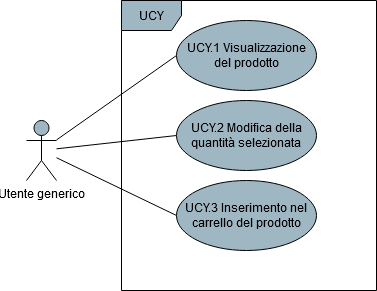
Above: DocumentazioneEsterna/AnalisiDeiRequisiti/res/UseCase/Immagini/InterazionePaginaProdotto.png in Omicron-Team/Documentazione (draw.io), before the change. Source tidied: cells renumbered, new cells last; positions are measured from the earlier drawing's top-left corner, leaving out a move shared by most shapes. The source it was exported from:
```xml
<mxGraphModel>
  <root>
    <mxCell id="0" />
    <mxCell id="1" parent="0" />
    <mxCell id="2" style="rounded=0;jettySize=auto;html=1;entryX=0;entryY=0.5;entryDx=0;entryDy=0;endArrow=none;endFill=0;" parent="1" edge="1" source="5" target="7">
      <mxGeometry relative="1" as="geometry" />
    </mxCell>
    <mxCell id="3" style="edgeStyle=none;rounded=0;jettySize=auto;html=1;entryX=0;entryY=0.5;entryDx=0;entryDy=0;endArrow=none;endFill=0;" parent="1" edge="1" source="5" target="8">
      <mxGeometry relative="1" as="geometry" />
    </mxCell>
    <mxCell id="4" style="edgeStyle=none;rounded=0;jettySize=auto;html=1;entryX=0;entryY=0.5;entryDx=0;entryDy=0;endArrow=none;endFill=0;" parent="1" edge="1" source="5" target="9">
      <mxGeometry relative="1" as="geometry" />
    </mxCell>
    <mxCell id="5" value="Utente generico" style="shape=umlActor;verticalLabelPosition=bottom;verticalAlign=top;html=1;fillColor=#9FB6C3;" parent="1" vertex="1">
      <mxGeometry y="120" width="30" height="60" as="geometry" />
    </mxCell>
    <mxCell id="6" value="UCY" style="shape=umlFrame;whiteSpace=wrap;html=1;fillColor=#9FB6C3;" parent="1" vertex="1">
      <mxGeometry x="95" width="255" height="290" as="geometry" />
    </mxCell>
    <mxCell id="7" value="UCY.1 Visualizzazione del prodotto" style="ellipse;whiteSpace=wrap;html=1;fillColor=#9FB6C3;" parent="1" vertex="1">
      <mxGeometry x="150" y="20" width="140" height="70" as="geometry" />
    </mxCell>
    <mxCell id="8" value="UCY.2 Modifica della quantità selezionata" style="ellipse;whiteSpace=wrap;html=1;fillColor=#9FB6C3;" parent="1" vertex="1">
      <mxGeometry x="150" y="100" width="140" height="70" as="geometry" />
    </mxCell>
    <mxCell id="9" value="UCY.3 Inserimento nel carrello del prodotto" style="ellipse;whiteSpace=wrap;html=1;fillColor=#9FB6C3;" parent="1" vertex="1">
      <mxGeometry x="150" y="180" width="140" height="70" as="geometry" />
    </mxCell>
  </root>
</mxGraphModel>
```
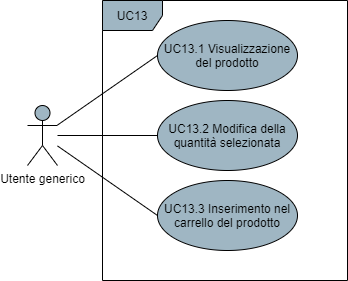
The same diagram one commit later.

What changed in the source:
```diff
@@ -12,18 +12,18 @@
       <mxGeometry relative="1" as="geometry" />
     </mxCell>
     <mxCell id="5" value="Utente generico" style="shape=umlActor;verticalLabelPosition=bottom;verticalAlign=top;html=1;fillColor=#9FB6C3;" parent="1" vertex="1">
-      <mxGeometry y="120" width="30" height="60" as="geometry" />
+      <mxGeometry x="20" y="105" width="30" height="60" as="geometry" />
     </mxCell>
-    <mxCell id="6" value="UCY" style="shape=umlFrame;whiteSpace=wrap;html=1;fillColor=#9FB6C3;" parent="1" vertex="1">
-      <mxGeometry x="95" width="255" height="290" as="geometry" />
+    <mxCell id="6" value="UC13" style="shape=umlFrame;whiteSpace=wrap;html=1;fillColor=#9FB6C3;" parent="1" vertex="1">
+      <mxGeometry x="95" width="245" height="280" as="geometry" />
     </mxCell>
-    <mxCell id="7" value="UCY.1 Visualizzazione del prodotto" style="ellipse;whiteSpace=wrap;html=1;fillColor=#9FB6C3;" parent="1" vertex="1">
+    <mxCell id="7" value="UC13.1 Visualizzazione del prodotto" style="ellipse;whiteSpace=wrap;html=1;fillColor=#9FB6C3;" parent="1" vertex="1">
       <mxGeometry x="150" y="20" width="140" height="70" as="geometry" />
     </mxCell>
-    <mxCell id="8" value="UCY.2 Modifica della quantità selezionata" style="ellipse;whiteSpace=wrap;html=1;fillColor=#9FB6C3;" parent="1" vertex="1">
+    <mxCell id="8" value="UC13.2 Modifica della quantità selezionata" style="ellipse;whiteSpace=wrap;html=1;fillColor=#9FB6C3;" parent="1" vertex="1">
       <mxGeometry x="150" y="100" width="140" height="70" as="geometry" />
     </mxCell>
-    <mxCell id="9" value="UCY.3 Inserimento nel carrello del prodotto" style="ellipse;whiteSpace=wrap;html=1;fillColor=#9FB6C3;" parent="1" vertex="1">
+    <mxCell id="9" value="UC13.3 Inserimento nel carrello del prodotto" style="ellipse;whiteSpace=wrap;html=1;fillColor=#9FB6C3;" parent="1" vertex="1">
       <mxGeometry x="150" y="180" width="140" height="70" as="geometry" />
     </mxCell>
   </root>
```
